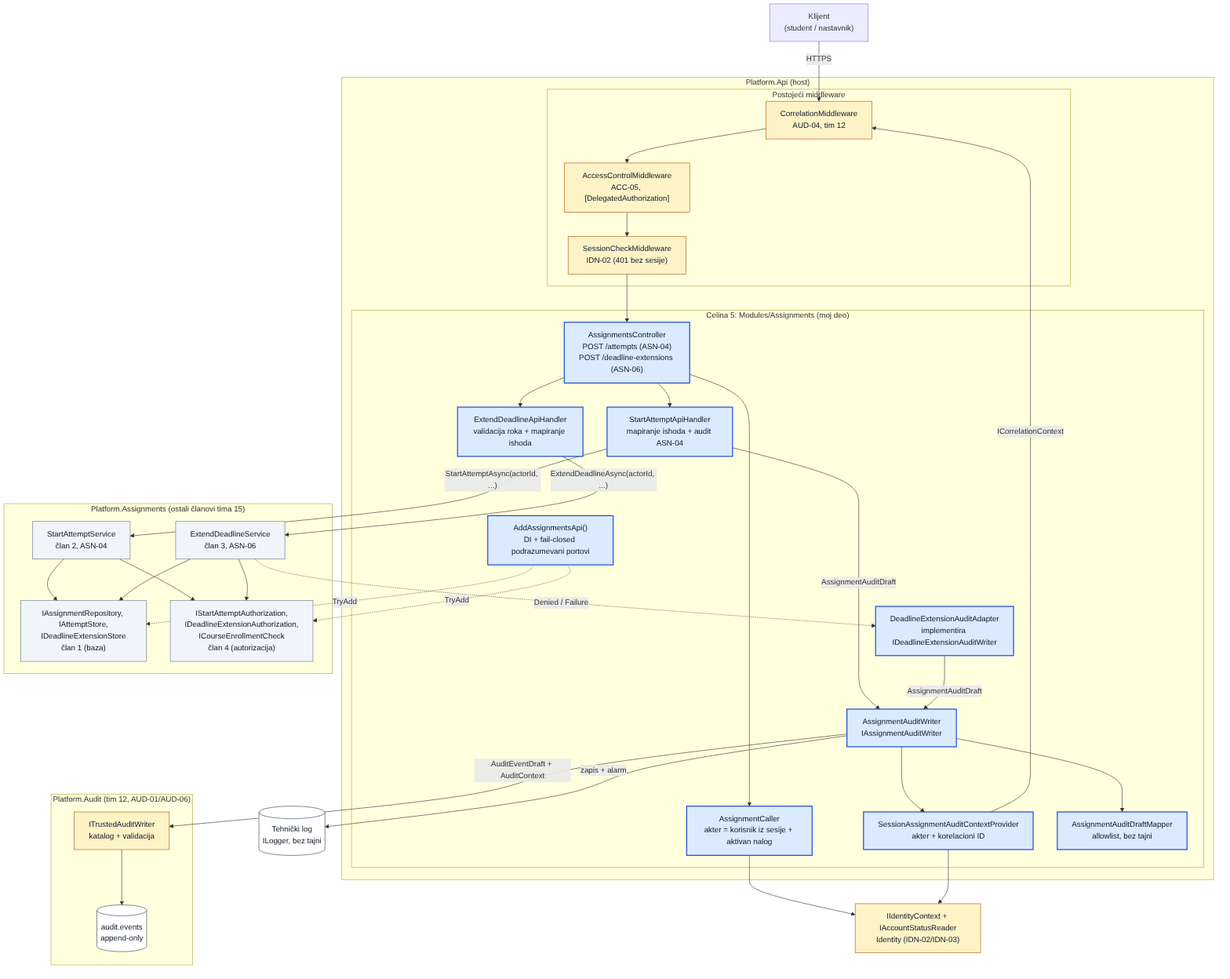
The Mermaid diagram docs/components/assignments-audit-api/diagrams/asn-audit-api-architecture.png in owlCoder/security-lab, before a commit. Its source is kept beside it as docs/components/assignments-audit-api/diagrams/asn-audit-api-architecture.mmd.
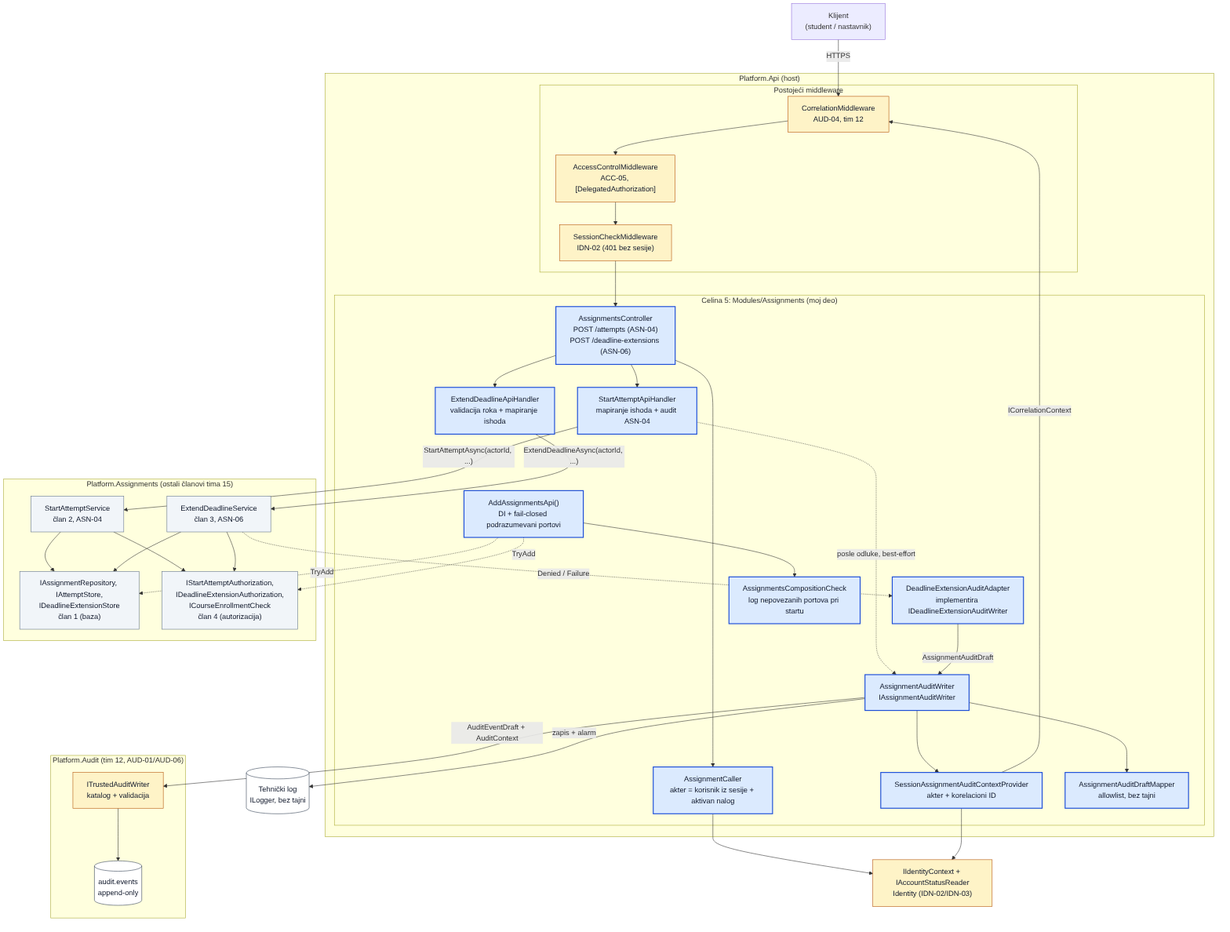
After the commit.

Commit message:
ASN-04/ASN-06: audit posle odluke i prijava nepovezanih portova

Diff of the diagram source:
```diff
@@ -24,10 +24,12 @@
       CTX["SessionAssignmentAuditContextProvider<br/>akter + korelacioni ID"]:::mine
       MAP["AssignmentAuditDraftMapper<br/>allowlist, bez tajni"]:::mine
       COMP["AddAssignmentsApi()<br/>DI + fail-closed podrazumevani portovi"]:::mine
+      CHECK["AssignmentsCompositionCheck<br/>log nepovezanih portova pri startu"]:::mine
+      COMP --> CHECK
       CTRL --> CALLER
       CTRL --> SAH
       CTRL --> EAH
-      SAH -->|"AssignmentAuditDraft"| WRITER
+      SAH -.->|"posle odluke, best-effort"| WRITER
       ADAPT -->|"AssignmentAuditDraft"| WRITER
       WRITER --> CTX
       WRITER --> MAP
```
